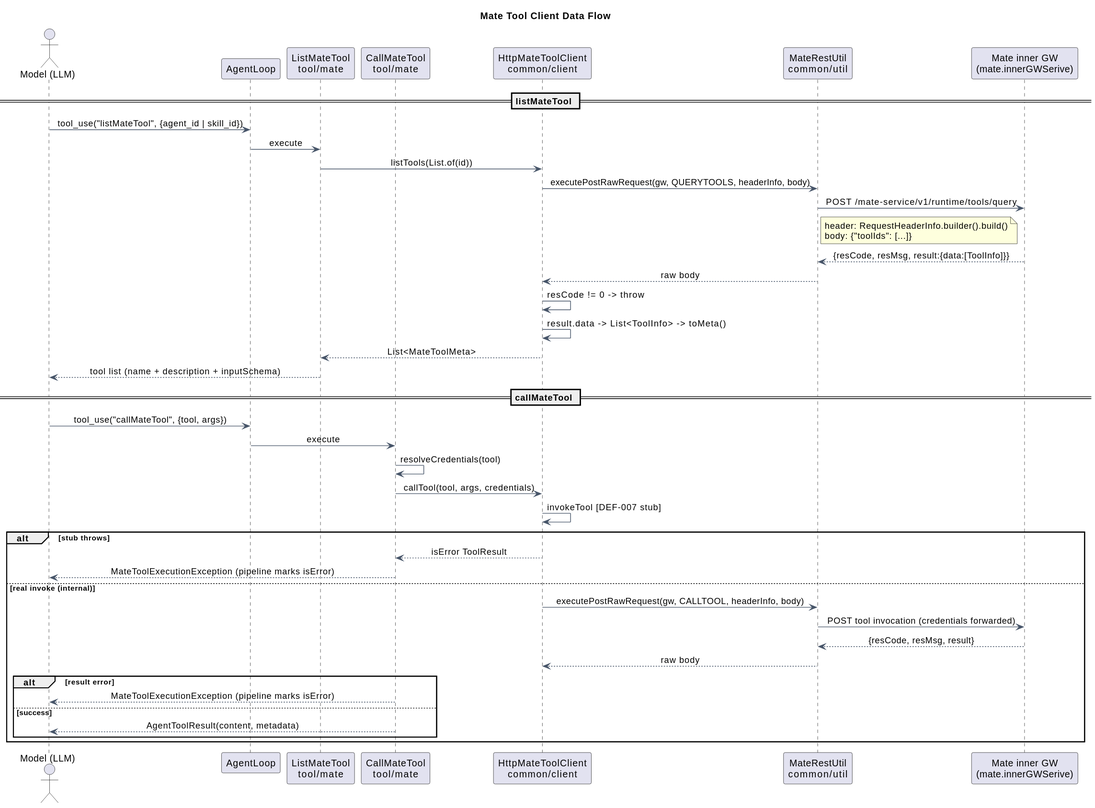
Before: docs/designs/mate-tool-client/mate_tool_client_dataflow.svg, a diagram exported from PlantUML (2862282695gjh-afk/pi-mono-java).
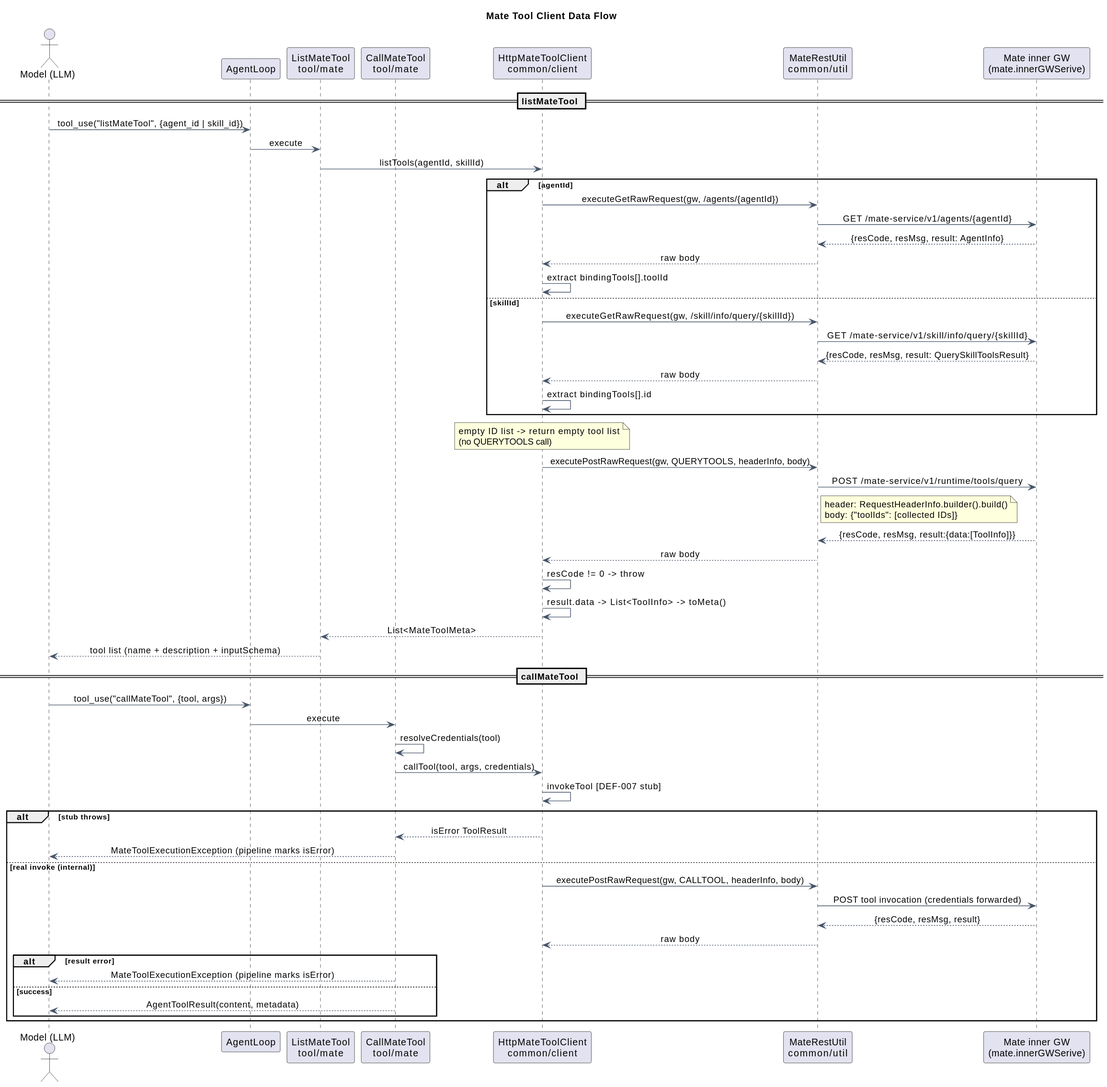
Later version of the same file.

Commit message:
docs(mate-tool): 设计文档与图同步两步查询实现

Change to the diagram source:
```diff
@@ -18,12 +18,29 @@
 == listMateTool ==
 llm -> loop: tool_use("listMateTool", {agent_id | skill_id})
 loop -> listTool: execute
-listTool -> http: listTools(List.of(id))
+listTool -> http: listTools(agentId, skillId)
+alt agentId
+  http -> rest: executeGetRawRequest(gw, /agents/{agentId})
+  rest -> gw: GET /mate-service/v1/agents/{agentId}
+  gw --> rest: {resCode, resMsg, result: AgentInfo}
+  rest --> http: raw body
+  http -> http: extract bindingTools[].toolId
+else skillId
+  http -> rest: executeGetRawRequest(gw, /skill/info/query/{skillId})
+  rest -> gw: GET /mate-service/v1/skill/info/query/{skillId}
+  gw --> rest: {resCode, resMsg, result: QuerySkillToolsResult}
+  rest --> http: raw body
+  http -> http: extract bindingTools[].id
+end
+note over http
+  empty ID list -> return empty tool list
+  (no QUERYTOOLS call)
+end note
 http -> rest: executePostRawRequest(gw, QUERYTOOLS, headerInfo, body)
 rest -> gw: POST /mate-service/v1/runtime/tools/query
 note right of rest
   header: RequestHeaderInfo.builder().build()
-  body: {"toolIds": [...]}
+  body: {"toolIds": [collected IDs]}
 end note
 gw --> rest: {resCode, resMsg, result:{data:[ToolInfo]}}
 rest --> http: raw body
```
